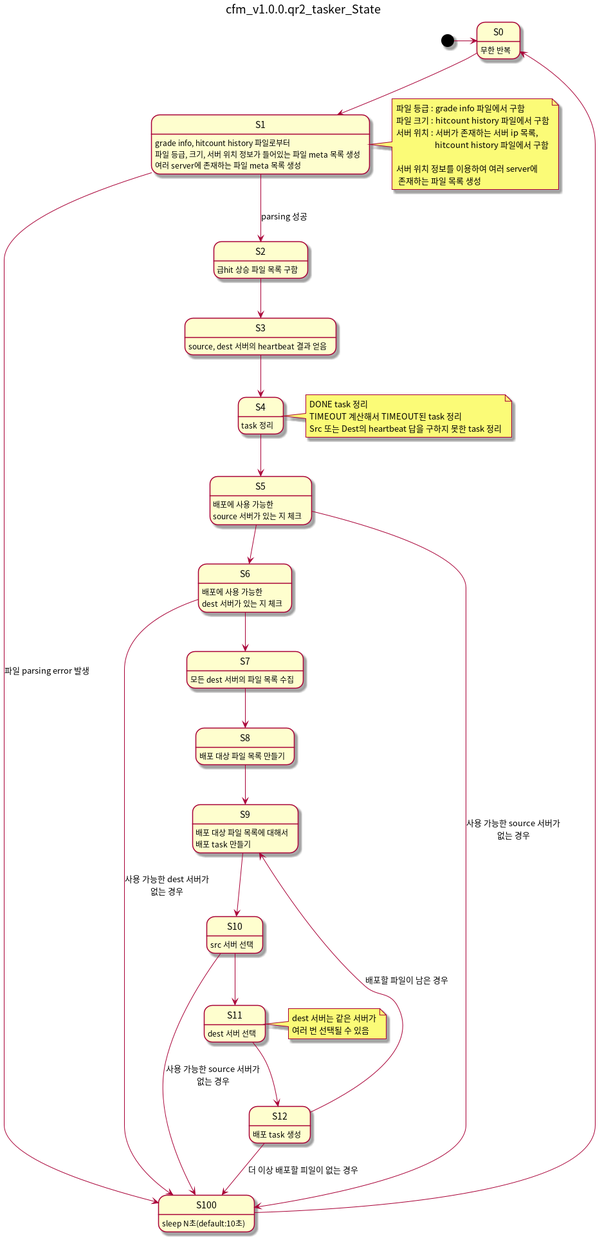
Earlier version of the PlantUML export doc/cfm_v1.0.0.qr2_tasker_State.png (castisdev/cfm).
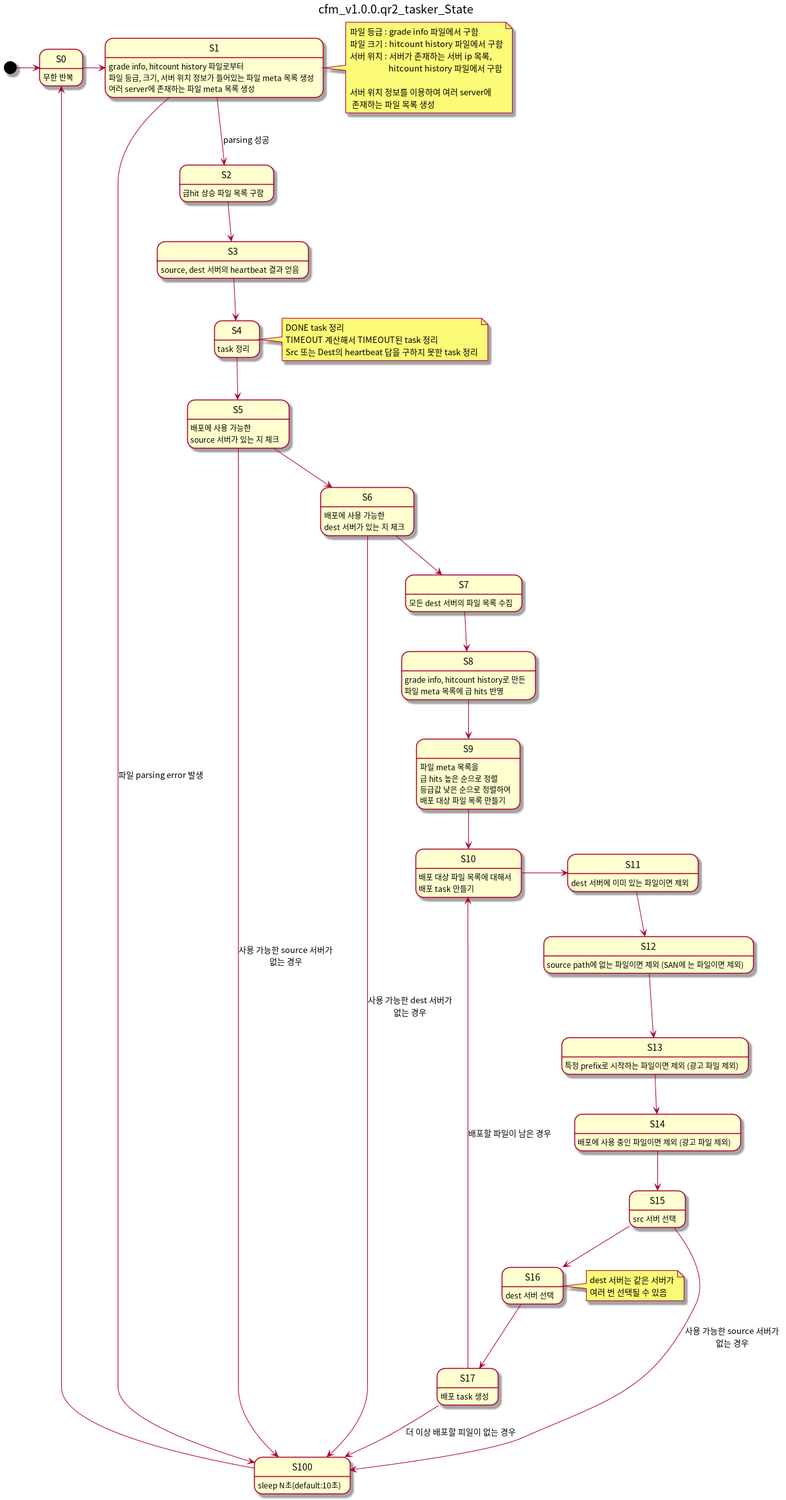
The same diagram one commit later.

What changed in the source:
```diff
@@ -2,9 +2,8 @@
 title cfm_v1.0.0.qr2_tasker_State
 hide empty description
 
-[*]-> S0
+[*] -> S0
 S0 : 무한 반복
-S0 --> S1
 S1 : grade info, hitcount history 파일로부터\n파일 등급, 크기, 서버 위치 정보가 들어있는 파일 meta 목록 생성\n여러 server에 존재하는 파일 meta 목록 생성
 note right
 	파일 등급 : grade info 파일에서 구함
@@ -15,58 +14,55 @@
 	서버 위치 정보를 이용하여 여러 server에
   존재하는 파일 목록 생성
 end note
-S1 --> S100 : 파일 parsing error 발생
-
-S1 --> S2 : parsing 성공
 S2 : 급hit 상승 파일 목록 구함
-
-S2 --> S3
 S3 : source, dest 서버의 heartbeat 결과 얻음
-
-S3 --> S4
 S4: task 정리
 note right
 	DONE task 정리
 	TIMEOUT 계산해서 TIMEOUT된 task 정리
 	Src 또는 Dest의 heartbeat 답을 구하지 못한 task 정리
 end note
-
-S4 --> S5
 S5 : 배포에 사용 가능한\nsource 서버가 있는 지 체크
-S5 --> S100 : 사용 가능한 source 서버가\n없는 경우
-
-S5 --> S6
 S6 : 배포에 사용 가능한\ndest 서버가 있는 지 체크
-S6 -> S100 : 사용 가능한 dest 서버가\n없는 경우
-
-S6 --> S7
 S7 : 모든 dest 서버의 파일 목록 수집
-
-S7 --> S8
-S8 : 배포 대상 파일 목록 만들기
-
-S8 --> S9
-S9 : 배포 대상 파일 목록에 대해서\n배포 task 만들기
-
-S9 --> S10
-S10 : src 서버 선택
-
-S10 --> S100 : 사용 가능한 source 서버가\n없는 경우
-
-S10 --> S11
-S11 : dest 서버 선택
+S8 : grade info, hitcount history로 만든\n파일 meta 목록에 급 hits 반영
+S9 : 파일 meta 목록을\n급 hits 높은 순으로 정렬\n등급값 낮은 순으로 정렬하여\n배포 대상 파일 목록 만들기
+S10 : 배포 대상 파일 목록에 대해서\n배포 task 만들기
+S11: dest 서버에 이미 있는 파일이면 제외
+S12: source path에 없는 파일이면 제외 (SAN에 는 파일이면 제외)
+S13: 특정 prefix로 시작하는 파일이면 제외 (광고 파일 제외)
+S14: 배포에 사용 중인 파일이면 제외 (광고 파일 제외)
+S15 : src 서버 선택
+S16 : dest 서버 선택
 note right
  dest 서버는 같은 서버가
  여러 번 선택될 수 있음
 end note
+S17 : 배포 task 생성
+S100: sleep N초(default:10초)
 
+S0 -> S1
+S1 -> S100 : 파일 parsing error 발생
+S1 --> S2 : parsing 성공
+S2 --> S3
+S3 --> S4
+S4 --> S5
+S5 --> S100 : 사용 가능한 source 서버가\n없는 경우
+S5 --> S6
+S6 --> S100 : 사용 가능한 dest 서버가\n없는 경우
+S6 --> S7
+S7 --> S8
+S8 --> S9
+S9 --> S10
+S10 -> S11
 S11 --> S12
-S12 : 배포 task 생성
-
-S12 --> S9 : 배포할 파일이 남은 경우
-
-S12 --> S100 : 더 이상 배포할 피일이 없는 경우
-
+S12 --> S13
+S13 --> S14
+S14 --> S15
+S15 --> S100 : 사용 가능한 source 서버가\n없는 경우
+S15 --> S16
+S16 --> S17
+S17 --> S10 : 배포할 파일이 남은 경우
+S17 --> S100 : 더 이상 배포할 피일이 없는 경우
 S100 -> S0
-S100: sleep N초(default:10초)
 @enduml
```
